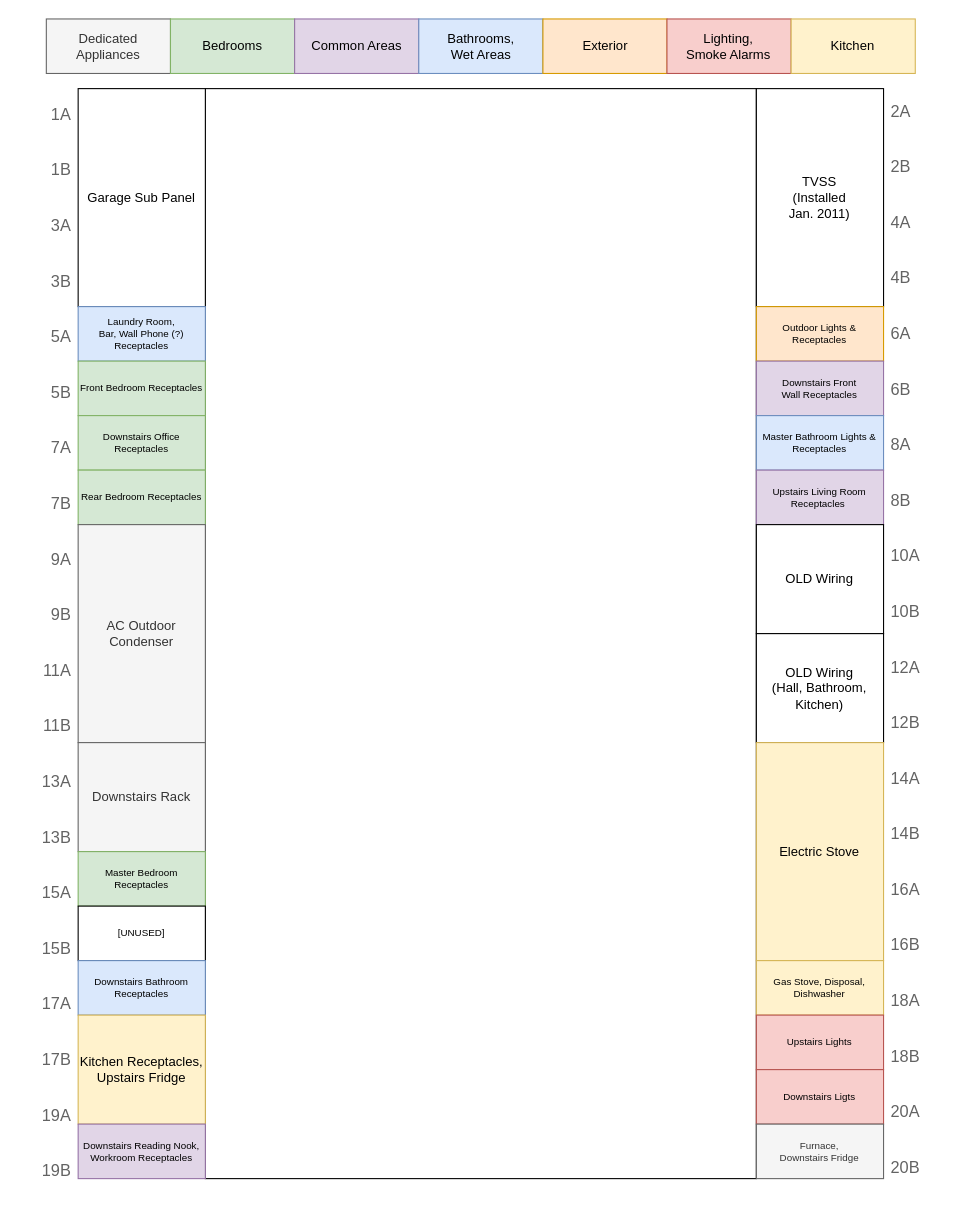
Earlier version of the draw.io diagram electrical/circuit-breaker-panel/Circuit Breaker Panel.drawio (merichar/mousetrap). Source tidied: cells renumbered, new cells numbered last; positions are measured from the earlier drawing's top-left corner, leaving out a move shared by most shapes. Both pictures are drawn from the tidied source at 109%, with x=0, y=0 at pixel (19, 19).
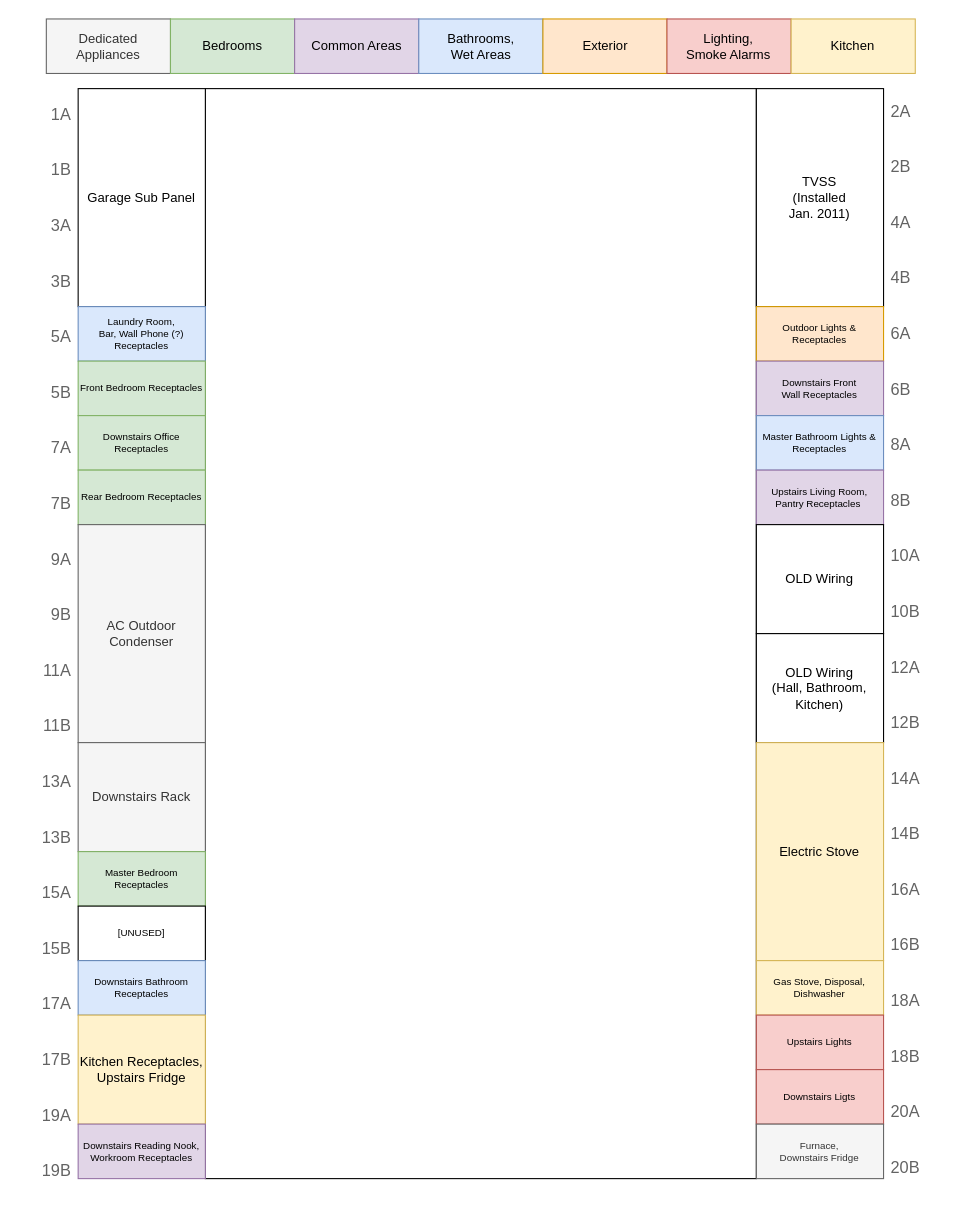
Above is the later version.

Commit message (it also covers changes not shown here):
Add Pantry to Circuit Breaker Panel Labels

Change to the diagram source:
```diff
@@
-    <mxCell id="28" value="Upstairs Living Room&lt;br style=&quot;font-size: 9px;&quot;&gt;Receptacles&amp;nbsp;" style="rounded=0;whiteSpace=wrap;html=1;fontSize=9;align=center;fillColor=#e1d5e7;strokeColor=#9673a6;" parent="1" vertex="1">
+    <mxCell id="28" value="Upstairs Living Room, Pantry Receptacles&amp;nbsp;" style="rounded=0;whiteSpace=wrap;html=1;fontSize=9;align=center;fillColor=#e1d5e7;strokeColor=#9673a6;" parent="1" vertex="1">
       <mxGeometry x="676.4" y="413.8" width="116.7" height="50" as="geometry" />
     </mxCell>
```
